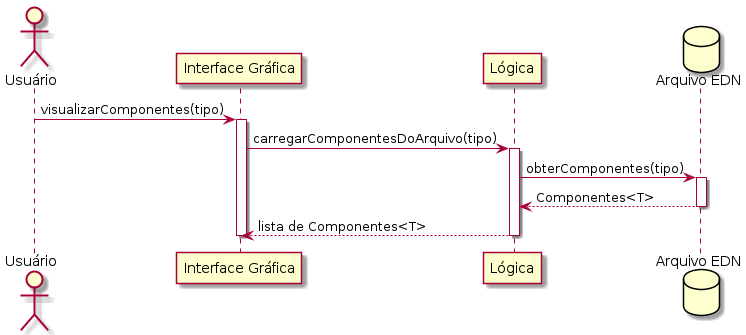
Above: Artefatos/Diagramas/Sequência/C06.png in ICEI-PUC-Minas-PPLES-TI/plf-es-2022-1-tcci-5308100-dev-marlon-silva (PlantUML), before the change.
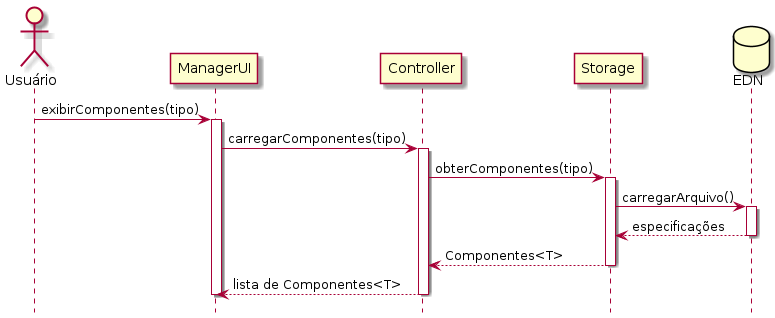
Above is the later version.

Diff of the diagram source:
```diff
@@ -1,21 +1,27 @@
-@startuml
+@startuml c06
 
-actor Usuário as usr
-participant "Interface Gráfica" as gui
-participant Lógica as lgc
-database "Arquivo EDN" as file
+hide footbox
 
-usr -> gui: visualizarComponentes(tipo)
-activate gui
-gui -> lgc: carregarComponentesDoArquivo(tipo)
-activate lgc
-lgc -> file: obterComponentes(tipo)
-activate file
+actor "Usuário" as usr
+participant "ManagerUI" as mui
+participant "Controller" as ctrl
+participant "Storage" as str
+database "EDN" as edn
 
-file --> lgc: Componentes<T>
-deactivate file
-lgc --> gui: lista de Componentes<T>
-deactivate lgc
-deactivate gui
+usr -> mui: exibirComponentes(tipo)
+activate mui
+mui -> ctrl: carregarComponentes(tipo)
+activate ctrl
+ctrl -> str: obterComponentes(tipo)
+activate str
+str -> edn: carregarArquivo()
+activate edn
+edn --> str: especificações
+deactivate edn
+str --> ctrl: Componentes<T>
+deactivate str
+ctrl --> mui: lista de Componentes<T>
+deactivate ctrl
+deactivate mui
 
 @enduml
```
